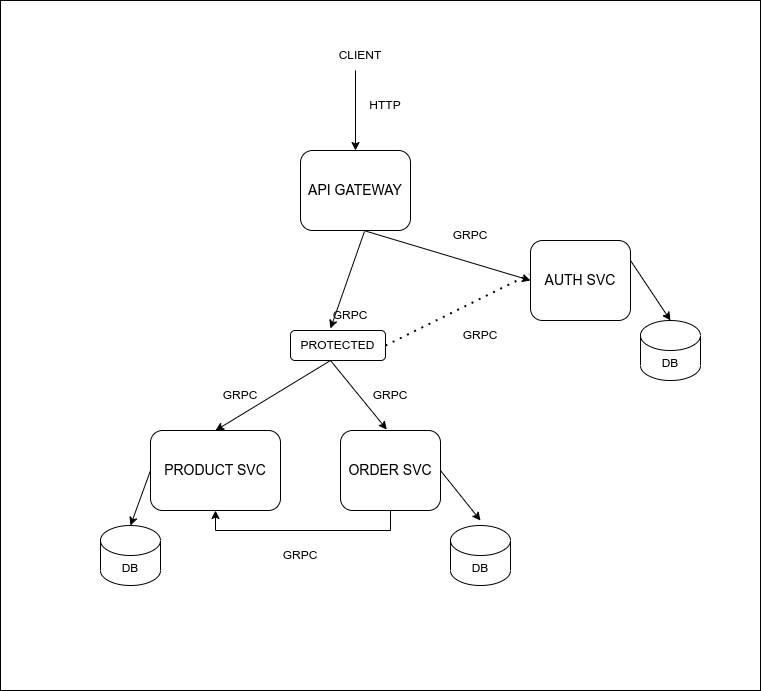
Before: diagram.png, a diagram exported from draw.io (DOO-DEV/ecommerce). Source tidied: cells renumbered, new cells last; positions are measured from the earlier drawing's top-left corner, leaving out a move shared by most shapes. The source it was exported from:
```xml
<mxGraphModel>
  <root>
    <mxCell id="0" />
    <mxCell id="1" parent="0" />
    <mxCell id="2" style="rounded=0;whiteSpace=wrap;html=1;" parent="1" vertex="1">
      <mxGeometry width="760" height="690" as="geometry" />
    </mxCell>
    <mxCell id="3" value="&lt;font style=&quot;font-size: 14px;&quot;&gt;API GATEWAY&lt;/font&gt;" style="rounded=1;whiteSpace=wrap;html=1;" parent="1" vertex="1">
      <mxGeometry x="300" y="150" width="110" height="80" as="geometry" />
    </mxCell>
    <mxCell id="4" value="&lt;font style=&quot;font-size: 14px;&quot;&gt;AUTH SVC&lt;/font&gt;" style="rounded=1;whiteSpace=wrap;html=1;" parent="1" vertex="1">
      <mxGeometry x="530" y="240" width="100" height="80" as="geometry" />
    </mxCell>
    <mxCell id="5" value="&lt;font style=&quot;font-size: 14px;&quot;&gt;PRODUCT SVC&lt;/font&gt;" style="rounded=1;whiteSpace=wrap;html=1;" parent="1" vertex="1">
      <mxGeometry x="150" y="430" width="130" height="80" as="geometry" />
    </mxCell>
    <mxCell id="6" style="edgeStyle=orthogonalEdgeStyle;rounded=0;jettySize=auto;html=1;entryX=0.5;entryY=1;entryDx=0;entryDy=0;exitX=0.5;exitY=1;exitDx=0;exitDy=0;" parent="1" edge="1" source="7" target="5">
      <mxGeometry relative="1" as="geometry" />
    </mxCell>
    <mxCell id="7" value="&lt;font style=&quot;font-size: 14px;&quot;&gt;ORDER SVC&lt;/font&gt;" style="rounded=1;whiteSpace=wrap;html=1;" parent="1" vertex="1">
      <mxGeometry x="340" y="430" width="100" height="80" as="geometry" />
    </mxCell>
    <mxCell id="8" style="endArrow=classic;html=1;rounded=0;exitX=0.575;exitY=1;exitDx=0;exitDy=0;exitPerimeter=0;entryX=0;entryY=0.5;entryDx=0;entryDy=0;" parent="1" edge="1" source="3" target="4">
      <mxGeometry relative="1" as="geometry" />
    </mxCell>
    <mxCell id="9" value="GRPC" style="text;html=1;strokeColor=none;fillColor=none;align=center;verticalAlign=middle;whiteSpace=wrap;rounded=0;" parent="1" vertex="1">
      <mxGeometry x="440" y="220" width="60" height="30" as="geometry" />
    </mxCell>
    <mxCell id="10" style="endArrow=classic;html=1;rounded=0;entryX=0.5;entryY=0;entryDx=0;entryDy=0;" parent="1" edge="1" target="3">
      <mxGeometry relative="1" as="geometry">
        <mxPoint x="355" y="70" as="sourcePoint" />
      </mxGeometry>
    </mxCell>
    <mxCell id="11" value="HTTP" style="text;html=1;strokeColor=none;fillColor=none;align=center;verticalAlign=middle;whiteSpace=wrap;rounded=0;" parent="1" vertex="1">
      <mxGeometry x="355" y="90" width="60" height="30" as="geometry" />
    </mxCell>
    <mxCell id="12" value="CLIENT" style="text;html=1;strokeColor=none;fillColor=none;align=center;verticalAlign=middle;whiteSpace=wrap;rounded=0;" parent="1" vertex="1">
      <mxGeometry x="330" y="40" width="60" height="30" as="geometry" />
    </mxCell>
    <mxCell id="13" style="endArrow=classic;html=1;rounded=0;entryX=0.5;entryY=0;entryDx=0;entryDy=0;" parent="1" edge="1" target="5">
      <mxGeometry relative="1" as="geometry">
        <mxPoint x="330" y="360" as="sourcePoint" />
      </mxGeometry>
    </mxCell>
    <mxCell id="14" value="GRPC" style="text;html=1;strokeColor=none;fillColor=none;align=center;verticalAlign=middle;whiteSpace=wrap;rounded=0;" parent="1" vertex="1">
      <mxGeometry x="210" y="380" width="60" height="30" as="geometry" />
    </mxCell>
    <mxCell id="15" style="endArrow=classic;html=1;rounded=0;entryX=0.463;entryY=-0.012;entryDx=0;entryDy=0;entryPerimeter=0;" parent="1" edge="1" target="7">
      <mxGeometry relative="1" as="geometry">
        <mxPoint x="330" y="360" as="sourcePoint" />
      </mxGeometry>
    </mxCell>
    <mxCell id="16" value="GRPC" style="text;html=1;strokeColor=none;fillColor=none;align=center;verticalAlign=middle;whiteSpace=wrap;rounded=0;" parent="1" vertex="1">
      <mxGeometry x="320" y="300" width="60" height="30" as="geometry" />
    </mxCell>
    <mxCell id="17" value="GRPC" style="text;html=1;strokeColor=none;fillColor=none;align=center;verticalAlign=middle;whiteSpace=wrap;rounded=0;" parent="1" vertex="1">
      <mxGeometry x="360" y="380" width="60" height="30" as="geometry" />
    </mxCell>
    <mxCell id="18" value="DB" style="shape=cylinder3;whiteSpace=wrap;html=1;boundedLbl=1;backgroundOutline=1;size=15;" parent="1" vertex="1">
      <mxGeometry x="640" y="320" width="60" height="60" as="geometry" />
    </mxCell>
    <mxCell id="19" style="endArrow=classic;html=1;rounded=0;exitX=1;exitY=0.25;exitDx=0;exitDy=0;entryX=0.5;entryY=0;entryDx=0;entryDy=0;entryPerimeter=0;" parent="1" edge="1" source="4" target="18">
      <mxGeometry relative="1" as="geometry" />
    </mxCell>
    <mxCell id="20" value="DB" style="shape=cylinder3;whiteSpace=wrap;html=1;boundedLbl=1;backgroundOutline=1;size=15;" parent="1" vertex="1">
      <mxGeometry x="100" y="525" width="60" height="60" as="geometry" />
    </mxCell>
    <mxCell id="21" value="DB" style="shape=cylinder3;whiteSpace=wrap;html=1;boundedLbl=1;backgroundOutline=1;size=15;" parent="1" vertex="1">
      <mxGeometry x="450" y="525" width="60" height="60" as="geometry" />
    </mxCell>
    <mxCell id="22" style="endArrow=classic;html=1;rounded=0;exitX=0;exitY=0.5;exitDx=0;exitDy=0;entryX=0.5;entryY=0;entryDx=0;entryDy=0;entryPerimeter=0;" parent="1" edge="1" source="5" target="20">
      <mxGeometry relative="1" as="geometry" />
    </mxCell>
    <mxCell id="23" style="endArrow=classic;html=1;rounded=0;" parent="1" edge="1">
      <mxGeometry relative="1" as="geometry">
        <mxPoint x="440" y="470" as="sourcePoint" />
        <mxPoint x="480" y="520" as="targetPoint" />
        <Array as="points">
          <mxPoint x="440" y="470" />
        </Array>
      </mxGeometry>
    </mxCell>
    <mxCell id="24" value="PROTECTED" style="rounded=1;whiteSpace=wrap;html=1;" parent="1" vertex="1">
      <mxGeometry x="290" y="330" width="95" height="30" as="geometry" />
    </mxCell>
    <mxCell id="25" style="endArrow=none;dashed=1;html=1;dashPattern=1 3;strokeWidth=2;rounded=0;exitX=1;exitY=0.5;exitDx=0;exitDy=0;entryX=-0.012;entryY=0.425;entryDx=0;entryDy=0;entryPerimeter=0;" parent="1" edge="1" source="24" target="4">
      <mxGeometry relative="1" as="geometry" />
    </mxCell>
    <mxCell id="26" value="GRPC" style="text;html=1;strokeColor=none;fillColor=none;align=center;verticalAlign=middle;whiteSpace=wrap;rounded=0;" parent="1" vertex="1">
      <mxGeometry x="450" y="320" width="60" height="30" as="geometry" />
    </mxCell>
    <mxCell id="27" style="endArrow=classic;html=1;rounded=0;exitX=0.581;exitY=1.013;exitDx=0;exitDy=0;exitPerimeter=0;entryX=0.421;entryY=-0.067;entryDx=0;entryDy=0;entryPerimeter=0;" parent="1" edge="1" source="3" target="24">
      <mxGeometry relative="1" as="geometry" />
    </mxCell>
    <mxCell id="28" value="GRPC" style="text;html=1;strokeColor=none;fillColor=none;align=center;verticalAlign=middle;whiteSpace=wrap;rounded=0;" parent="1" vertex="1">
      <mxGeometry x="270" y="540" width="60" height="30" as="geometry" />
    </mxCell>
  </root>
</mxGraphModel>
```
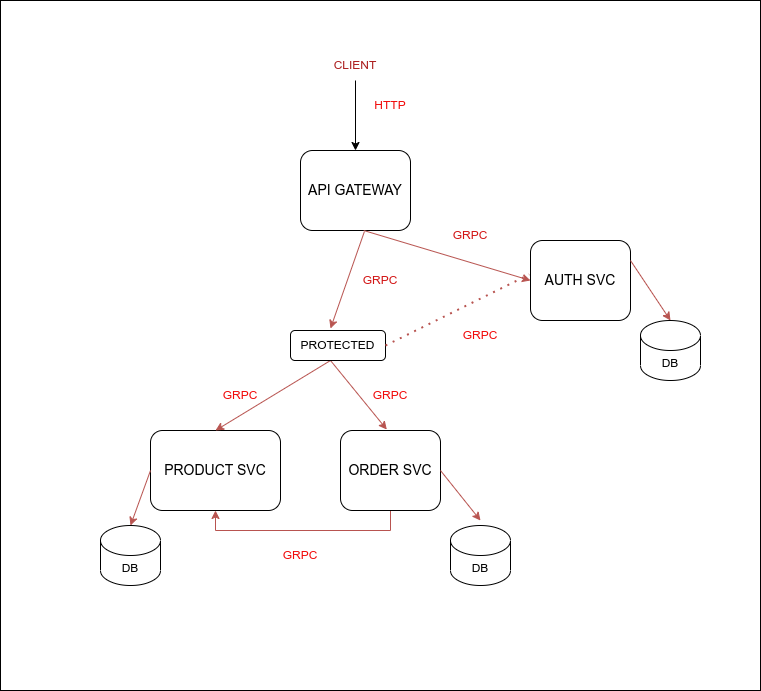
After the change.

What changed in the source:
```diff
@@ -14,52 +14,50 @@
     <mxCell id="5" value="&lt;font style=&quot;font-size: 14px;&quot;&gt;PRODUCT SVC&lt;/font&gt;" style="rounded=1;whiteSpace=wrap;html=1;" parent="1" vertex="1">
       <mxGeometry x="150" y="430" width="130" height="80" as="geometry" />
     </mxCell>
-    <mxCell id="6" style="edgeStyle=orthogonalEdgeStyle;rounded=0;jettySize=auto;html=1;entryX=0.5;entryY=1;entryDx=0;entryDy=0;exitX=0.5;exitY=1;exitDx=0;exitDy=0;" parent="1" edge="1" source="7" target="5">
+    <mxCell id="6" style="edgeStyle=orthogonalEdgeStyle;rounded=0;jettySize=auto;html=1;entryX=0.5;entryY=1;entryDx=0;entryDy=0;exitX=0.5;exitY=1;exitDx=0;exitDy=0;fillColor=#f8cecc;strokeColor=#b85450;" parent="1" edge="1" source="7" target="5">
       <mxGeometry relative="1" as="geometry" />
     </mxCell>
     <mxCell id="7" value="&lt;font style=&quot;font-size: 14px;&quot;&gt;ORDER SVC&lt;/font&gt;" style="rounded=1;whiteSpace=wrap;html=1;" parent="1" vertex="1">
       <mxGeometry x="340" y="430" width="100" height="80" as="geometry" />
     </mxCell>
-    <mxCell id="8" style="endArrow=classic;html=1;rounded=0;exitX=0.575;exitY=1;exitDx=0;exitDy=0;exitPerimeter=0;entryX=0;entryY=0.5;entryDx=0;entryDy=0;" parent="1" edge="1" source="3" target="4">
+    <mxCell id="8" style="endArrow=classic;html=1;rounded=0;exitX=0.575;exitY=1;exitDx=0;exitDy=0;exitPerimeter=0;entryX=0;entryY=0.5;entryDx=0;entryDy=0;fillColor=#f8cecc;strokeColor=#b85450;" parent="1" edge="1" source="3" target="4">
       <mxGeometry relative="1" as="geometry" />
     </mxCell>
-    <mxCell id="9" value="GRPC" style="text;html=1;strokeColor=none;fillColor=none;align=center;verticalAlign=middle;whiteSpace=wrap;rounded=0;" parent="1" vertex="1">
+    <mxCell id="9" value="GRPC" style="text;html=1;strokeColor=none;fillColor=none;align=center;verticalAlign=middle;whiteSpace=wrap;rounded=0;fontColor=#d21414;" parent="1" vertex="1">
       <mxGeometry x="440" y="220" width="60" height="30" as="geometry" />
     </mxCell>
-    <mxCell id="10" style="endArrow=classic;html=1;rounded=0;entryX=0.5;entryY=0;entryDx=0;entryDy=0;" parent="1" edge="1" target="3">
-      <mxGeometry relative="1" as="geometry">
-        <mxPoint x="355" y="70" as="sourcePoint" />
-      </mxGeometry>
-    </mxCell>
-    <mxCell id="11" value="HTTP" style="text;html=1;strokeColor=none;fillColor=none;align=center;verticalAlign=middle;whiteSpace=wrap;rounded=0;" parent="1" vertex="1">
-      <mxGeometry x="355" y="90" width="60" height="30" as="geometry" />
+    <mxCell id="11" value="HTTP" style="text;html=1;align=center;verticalAlign=middle;whiteSpace=wrap;rounded=0;fontColor=#f10909;" parent="1" vertex="1">
+      <mxGeometry x="360" y="90" width="60" height="30" as="geometry" />
     </mxCell>
+    <mxCell id="29" style="edgeStyle=orthogonalEdgeStyle;rounded=0;jettySize=auto;html=1;" parent="1" edge="1" source="12" target="3">
+      <mxGeometry relative="1" as="geometry" />
+    </mxCell>
-    <mxCell id="12" value="CLIENT" style="text;html=1;strokeColor=none;fillColor=none;align=center;verticalAlign=middle;whiteSpace=wrap;rounded=0;" parent="1" vertex="1">
-      <mxGeometry x="330" y="40" width="60" height="30" as="geometry" />
+    <mxCell id="12" value="CLIENT" style="text;html=1;strokeColor=none;fillColor=none;align=center;verticalAlign=middle;whiteSpace=wrap;rounded=0;fontColor=#ab1c1c;" parent="1" vertex="1">
+      <mxGeometry x="325" y="50" width="60" height="30" as="geometry" />
     </mxCell>
-    <mxCell id="13" style="endArrow=classic;html=1;rounded=0;entryX=0.5;entryY=0;entryDx=0;entryDy=0;" parent="1" edge="1" target="5">
+    <mxCell id="13" style="endArrow=classic;html=1;rounded=0;entryX=0.5;entryY=0;entryDx=0;entryDy=0;fillColor=#f8cecc;strokeColor=#b85450;" parent="1" edge="1" target="5">
       <mxGeometry relative="1" as="geometry">
         <mxPoint x="330" y="360" as="sourcePoint" />
       </mxGeometry>
     </mxCell>
-    <mxCell id="14" value="GRPC" style="text;html=1;strokeColor=none;fillColor=none;align=center;verticalAlign=middle;whiteSpace=wrap;rounded=0;" parent="1" vertex="1">
+    <mxCell id="14" value="GRPC" style="text;html=1;strokeColor=none;fillColor=none;align=center;verticalAlign=middle;whiteSpace=wrap;rounded=0;fontColor=#f10909;" parent="1" vertex="1">
       <mxGeometry x="210" y="380" width="60" height="30" as="geometry" />
     </mxCell>
-    <mxCell id="15" style="endArrow=classic;html=1;rounded=0;entryX=0.463;entryY=-0.012;entryDx=0;entryDy=0;entryPerimeter=0;" parent="1" edge="1" target="7">
+    <mxCell id="15" style="endArrow=classic;html=1;rounded=0;entryX=0.463;entryY=-0.012;entryDx=0;entryDy=0;entryPerimeter=0;fillColor=#f8cecc;strokeColor=#b85450;" parent="1" edge="1" target="7">
       <mxGeometry relative="1" as="geometry">
         <mxPoint x="330" y="360" as="sourcePoint" />
       </mxGeometry>
     </mxCell>
-    <mxCell id="16" value="GRPC" style="text;html=1;strokeColor=none;fillColor=none;align=center;verticalAlign=middle;whiteSpace=wrap;rounded=0;" parent="1" vertex="1">
-      <mxGeometry x="320" y="300" width="60" height="30" as="geometry" />
+    <mxCell id="16" value="GRPC" style="text;html=1;strokeColor=none;fillColor=none;align=center;verticalAlign=middle;whiteSpace=wrap;rounded=0;fontColor=#d21414;" parent="1" vertex="1">
+      <mxGeometry x="350" y="265" width="60" height="30" as="geometry" />
     </mxCell>
-    <mxCell id="17" value="GRPC" style="text;html=1;strokeColor=none;fillColor=none;align=center;verticalAlign=middle;whiteSpace=wrap;rounded=0;" parent="1" vertex="1">
+    <mxCell id="17" value="GRPC" style="text;html=1;strokeColor=none;fillColor=none;align=center;verticalAlign=middle;whiteSpace=wrap;rounded=0;fontColor=#f10909;" parent="1" vertex="1">
       <mxGeometry x="360" y="380" width="60" height="30" as="geometry" />
     </mxCell>
     <mxCell id="18" value="DB" style="shape=cylinder3;whiteSpace=wrap;html=1;boundedLbl=1;backgroundOutline=1;size=15;" parent="1" vertex="1">
       <mxGeometry x="640" y="320" width="60" height="60" as="geometry" />
     </mxCell>
-    <mxCell id="19" style="endArrow=classic;html=1;rounded=0;exitX=1;exitY=0.25;exitDx=0;exitDy=0;entryX=0.5;entryY=0;entryDx=0;entryDy=0;entryPerimeter=0;" parent="1" edge="1" source="4" target="18">
+    <mxCell id="19" style="endArrow=classic;html=1;rounded=0;exitX=1;exitY=0.25;exitDx=0;exitDy=0;entryX=0.5;entryY=0;entryDx=0;entryDy=0;entryPerimeter=0;fillColor=#f8cecc;strokeColor=#b85450;" parent="1" edge="1" source="4" target="18">
       <mxGeometry relative="1" as="geometry" />
     </mxCell>
     <mxCell id="20" value="DB" style="shape=cylinder3;whiteSpace=wrap;html=1;boundedLbl=1;backgroundOutline=1;size=15;" parent="1" vertex="1">
@@ -68,10 +66,10 @@
     <mxCell id="21" value="DB" style="shape=cylinder3;whiteSpace=wrap;html=1;boundedLbl=1;backgroundOutline=1;size=15;" parent="1" vertex="1">
       <mxGeometry x="450" y="525" width="60" height="60" as="geometry" />
     </mxCell>
-    <mxCell id="22" style="endArrow=classic;html=1;rounded=0;exitX=0;exitY=0.5;exitDx=0;exitDy=0;entryX=0.5;entryY=0;entryDx=0;entryDy=0;entryPerimeter=0;" parent="1" edge="1" source="5" target="20">
+    <mxCell id="22" style="endArrow=classic;html=1;rounded=0;exitX=0;exitY=0.5;exitDx=0;exitDy=0;entryX=0.5;entryY=0;entryDx=0;entryDy=0;entryPerimeter=0;fillColor=#f8cecc;strokeColor=#b85450;" parent="1" edge="1" source="5" target="20">
       <mxGeometry relative="1" as="geometry" />
     </mxCell>
-    <mxCell id="23" style="endArrow=classic;html=1;rounded=0;" parent="1" edge="1">
+    <mxCell id="23" style="endArrow=classic;html=1;rounded=0;fillColor=#f8cecc;strokeColor=#b85450;" parent="1" edge="1">
       <mxGeometry relative="1" as="geometry">
         <mxPoint x="440" y="470" as="sourcePoint" />
         <mxPoint x="480" y="520" as="targetPoint" />
@@ -83,16 +81,16 @@
     <mxCell id="24" value="PROTECTED" style="rounded=1;whiteSpace=wrap;html=1;" parent="1" vertex="1">
       <mxGeometry x="290" y="330" width="95" height="30" as="geometry" />
     </mxCell>
-    <mxCell id="25" style="endArrow=none;dashed=1;html=1;dashPattern=1 3;strokeWidth=2;rounded=0;exitX=1;exitY=0.5;exitDx=0;exitDy=0;entryX=-0.012;entryY=0.425;entryDx=0;entryDy=0;entryPerimeter=0;" parent="1" edge="1" source="24" target="4">
+    <mxCell id="25" style="endArrow=none;dashed=1;html=1;dashPattern=1 3;strokeWidth=2;rounded=0;exitX=1;exitY=0.5;exitDx=0;exitDy=0;entryX=-0.012;entryY=0.425;entryDx=0;entryDy=0;entryPerimeter=0;fillColor=#f8cecc;strokeColor=#b85450;" parent="1" edge="1" source="24" target="4">
       <mxGeometry relative="1" as="geometry" />
     </mxCell>
-    <mxCell id="26" value="GRPC" style="text;html=1;strokeColor=none;fillColor=none;align=center;verticalAlign=middle;whiteSpace=wrap;rounded=0;" parent="1" vertex="1">
+    <mxCell id="26" value="GRPC" style="text;html=1;strokeColor=none;fillColor=none;align=center;verticalAlign=middle;whiteSpace=wrap;rounded=0;fontColor=#f10909;" parent="1" vertex="1">
       <mxGeometry x="450" y="320" width="60" height="30" as="geometry" />
     </mxCell>
-    <mxCell id="27" style="endArrow=classic;html=1;rounded=0;exitX=0.581;exitY=1.013;exitDx=0;exitDy=0;exitPerimeter=0;entryX=0.421;entryY=-0.067;entryDx=0;entryDy=0;entryPerimeter=0;" parent="1" edge="1" source="3" target="24">
+    <mxCell id="27" style="endArrow=classic;html=1;rounded=0;exitX=0.581;exitY=1.013;exitDx=0;exitDy=0;exitPerimeter=0;entryX=0.421;entryY=-0.067;entryDx=0;entryDy=0;entryPerimeter=0;fillColor=#f8cecc;strokeColor=#b85450;" parent="1" edge="1" source="3" target="24">
       <mxGeometry relative="1" as="geometry" />
     </mxCell>
-    <mxCell id="28" value="GRPC" style="text;html=1;strokeColor=none;fillColor=none;align=center;verticalAlign=middle;whiteSpace=wrap;rounded=0;" parent="1" vertex="1">
+    <mxCell id="28" value="GRPC" style="text;html=1;strokeColor=none;fillColor=none;align=center;verticalAlign=middle;whiteSpace=wrap;rounded=0;fontColor=#f10909;" parent="1" vertex="1">
       <mxGeometry x="270" y="540" width="60" height="30" as="geometry" />
     </mxCell>
   </root>
```
